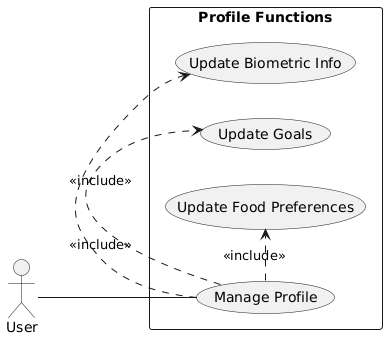
The PlantUML diagram Requirements/UmlPictures/ProfileUseCase.png in LQTam787/Thesis, before a commit. The source it was exported from:
```plantuml
@startuml

left to right direction

actor User

rectangle "Profile Functions" {
    usecase UC_Profile as "Manage Profile"
    usecase UC_UpdateInfo as "Update Biometric Info"
    usecase UC_UpdateGoals as "Update Goals"
    usecase UC_UpdatePrefs as "Update Food Preferences"

    User -- UC_Profile

    UC_Profile .> UC_UpdateInfo : <<include>>
    UC_Profile .> UC_UpdateGoals : <<include>>
    UC_Profile .> UC_UpdatePrefs : <<include>>
}
@enduml
```
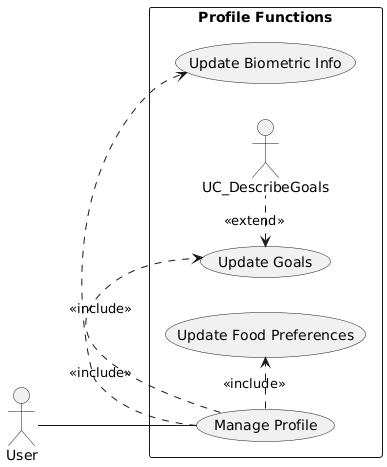
The same file after the commit.

What changed in the source:
```diff
@@ -14,6 +14,7 @@
 
     UC_Profile .> UC_UpdateInfo : <<include>>
     UC_Profile .> UC_UpdateGoals : <<include>>
+    UC_UpdateGoals <. UC_DescribeGoals : <<extend>>
     UC_Profile .> UC_UpdatePrefs : <<include>>
 }
 @enduml
```
